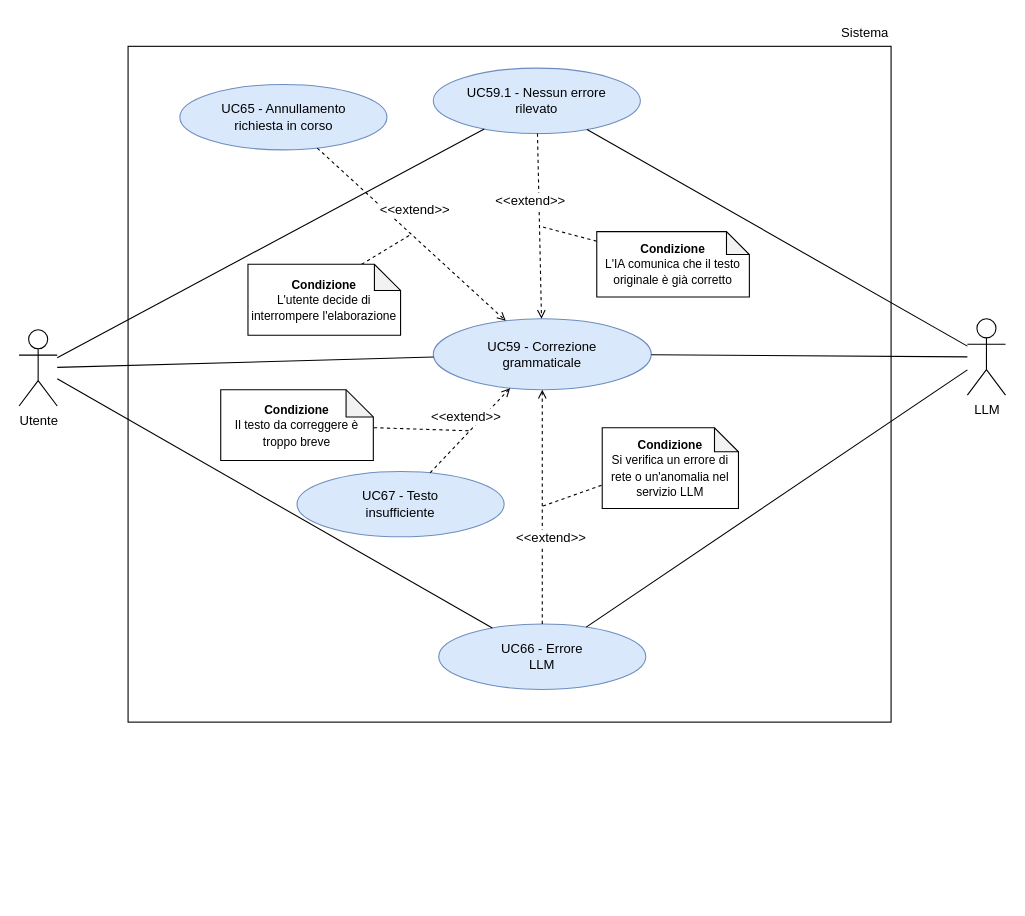
The draw.io diagram RTB/doc_esterna/analisi-dei-requisiti/assets/draw.io/UC59.drawio in thebitless-group-swe/thebitless.github.io, before the edit. Source tidied: cells renumbered, new cells numbered last; positions are measured from the earlier drawing's top-left corner, leaving out a move shared by most shapes. Both pictures are drawn from the tidied source at 109%, with x=0, y=0 at pixel (19, 19).
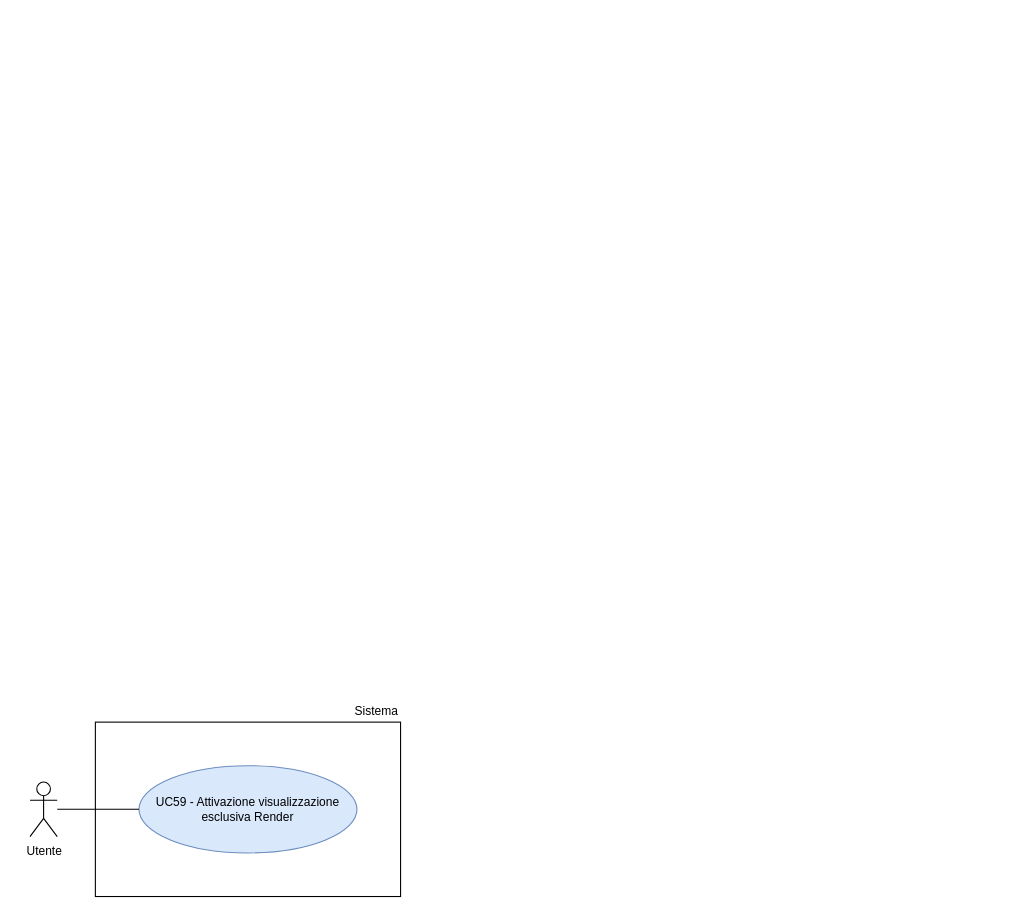
The same diagram, later.

The edit, as a diff of the source:
```diff
@@
-    <mxCell id="2" value="Utente" style="shape=umlActor;verticalLabelPosition=bottom;verticalAlign=top;html=1;outlineConnect=0;fontSize=12;" parent="1" vertex="1">
-      <mxGeometry y="285" width="35" height="70" as="geometry" />
+    <mxCell id="2" value="Utente" style="shape=umlActor;verticalLabelPosition=bottom;verticalAlign=top;html=1;outlineConnect=0;fontSize=11;" parent="1" vertex="1">
+      <mxGeometry x="10" y="700" width="25" height="50" as="geometry" />
     </mxCell>
-    <mxCell id="3" value="LLM" style="shape=umlActor;verticalLabelPosition=bottom;verticalAlign=top;html=1;outlineConnect=0;fontSize=12;" parent="1" vertex="1">
-      <mxGeometry x="870" y="275" width="35" height="70" as="geometry" />
-    </mxCell>
-    <mxCell id="4" style="rounded=0;whiteSpace=wrap;html=1;strokeWidth=1;fontSize=12;" parent="1" vertex="1">
-      <mxGeometry x="100" y="25" width="700" height="620" as="geometry" />
-    </mxCell>
+    <mxCell id="33" style="rounded=0;whiteSpace=wrap;html=1;strokeWidth=1;" parent="1" vertex="1">
+      <mxGeometry x="70" y="645" width="280" height="160" as="geometry" />
+    </mxCell>
-    <mxCell id="5" value="Sistema" style="text;html=1;whiteSpace=wrap;strokeColor=none;fillColor=none;align=right;verticalAlign=middle;fontSize=12;" parent="1" vertex="1">
-      <mxGeometry x="730" width="70" height="25" as="geometry" />
+    <mxCell id="5" value="Sistema" style="text;html=1;whiteSpace=wrap;strokeColor=none;fillColor=none;align=right;verticalAlign=middle;fontSize=11;" parent="1" vertex="1">
+      <mxGeometry x="280" y="625" width="70" height="20" as="geometry" />
     </mxCell>
-    <mxCell id="6" value="UC59 - Correzione&lt;br&gt;grammaticale" style="ellipse;whiteSpace=wrap;html=1;fillColor=#dae8fc;strokeColor=#6c8ebf;fontSize=12;" parent="1" vertex="1">
-      <mxGeometry x="380" y="275" width="200" height="65" as="geometry" />
-    </mxCell>
-    <mxCell id="7" value="UC65 - Annullamento&lt;br&gt;richiesta in corso" style="ellipse;whiteSpace=wrap;html=1;fillColor=#dae8fc;strokeColor=#6c8ebf;fontSize=12;" parent="1" vertex="1">
-      <mxGeometry x="147.5" y="60" width="190" height="60" as="geometry" />
-    </mxCell>
-    <mxCell id="8" value="UC59.1 - Nessun errore&lt;br&gt;rilevato" style="ellipse;whiteSpace=wrap;html=1;fillColor=#dae8fc;strokeColor=#6c8ebf;fontSize=12;" parent="1" vertex="1">
-      <mxGeometry x="380" y="45" width="190" height="60" as="geometry" />
-    </mxCell>
-    <mxCell id="9" value="UC67 - Testo&lt;br&gt;insufficiente" style="ellipse;whiteSpace=wrap;html=1;fillColor=#dae8fc;strokeColor=#6c8ebf;fontSize=12;" parent="1" vertex="1">
-      <mxGeometry x="255" y="415" width="190" height="60" as="geometry" />
-    </mxCell>
-    <mxCell id="10" value="UC66 - Errore&lt;br&gt;LLM" style="ellipse;whiteSpace=wrap;html=1;fillColor=#dae8fc;strokeColor=#6c8ebf;fontSize=12;" parent="1" vertex="1">
-      <mxGeometry x="385" y="555" width="190" height="60" as="geometry" />
-    </mxCell>
-    <mxCell id="11" style="edgeStyle=none;rounded=0;jettySize=auto;html=1;endArrow=none;endFill=0;fontSize=12;" parent="1" edge="1" source="2" target="6">
-      <mxGeometry relative="1" as="geometry" />
-    </mxCell>
-    <mxCell id="12" style="edgeStyle=none;rounded=0;jettySize=auto;html=1;endArrow=none;endFill=0;fontSize=12;" parent="1" edge="1" source="6" target="3">
-      <mxGeometry relative="1" as="geometry" />
-    </mxCell>
-    <mxCell id="13" style="edgeStyle=none;rounded=0;jettySize=auto;html=1;endArrow=none;endFill=0;fontSize=12;" parent="1" edge="1" source="2" target="8">
-      <mxGeometry relative="1" as="geometry" />
-    </mxCell>
-    <mxCell id="14" style="edgeStyle=none;rounded=0;jettySize=auto;html=1;endArrow=none;endFill=0;fontSize=12;" parent="1" edge="1" source="8" target="3">
-      <mxGeometry relative="1" as="geometry" />
-    </mxCell>
-    <mxCell id="15" style="edgeStyle=none;rounded=0;jettySize=auto;html=1;endArrow=none;endFill=0;fontSize=12;" parent="1" edge="1" source="2" target="10">
-      <mxGeometry relative="1" as="geometry" />
-    </mxCell>
-    <mxCell id="16" style="edgeStyle=none;rounded=0;jettySize=auto;html=1;endArrow=none;endFill=0;fontSize=12;" parent="1" edge="1" source="10" target="3">
-      <mxGeometry relative="1" as="geometry" />
-    </mxCell>
-    <mxCell id="17" style="dashed=1;endArrow=open;endFill=0;html=1;rounded=0;fontSize=12;" parent="1" edge="1" source="7" target="6">
-      <mxGeometry relative="1" as="geometry" />
-    </mxCell>
-    <mxCell id="18" value="&lt;font&gt;&amp;lt;&amp;lt;extend&amp;gt;&amp;gt;&lt;/font&gt;" style="edgeLabel;html=1;align=center;verticalAlign=middle;fontSize=12;" parent="17" vertex="1">
-      <mxGeometry x="-0.05" y="-1" relative="1" as="geometry">
-        <mxPoint x="8" y="-20" as="offset" />
-      </mxGeometry>
-    </mxCell>
-    <mxCell id="19" style="dashed=1;endArrow=open;endFill=0;html=1;rounded=0;fontSize=12;" parent="1" edge="1" source="8" target="6">
-      <mxGeometry relative="1" as="geometry" />
-    </mxCell>
-    <mxCell id="20" value="&lt;font&gt;&amp;lt;&amp;lt;extend&amp;gt;&amp;gt;&lt;/font&gt;" style="edgeLabel;html=1;align=center;verticalAlign=middle;fontSize=12;" parent="19" vertex="1">
-      <mxGeometry x="-0.05" y="-1" relative="1" as="geometry">
-        <mxPoint x="-8" y="-20" as="offset" />
-      </mxGeometry>
-    </mxCell>
-    <mxCell id="21" style="dashed=1;endArrow=open;endFill=0;html=1;rounded=0;fontSize=12;" parent="1" edge="1" source="9" target="6">
-      <mxGeometry relative="1" as="geometry" />
-    </mxCell>
-    <mxCell id="22" value="&lt;font&gt;&amp;lt;&amp;lt;extend&amp;gt;&amp;gt;&lt;/font&gt;" style="edgeLabel;html=1;align=center;verticalAlign=middle;fontSize=12;" parent="21" vertex="1">
-      <mxGeometry x="-0.05" y="1" relative="1" as="geometry">
-        <mxPoint x="-2" y="-14" as="offset" />
-      </mxGeometry>
-    </mxCell>
-    <mxCell id="23" style="dashed=1;endArrow=open;endFill=0;html=1;rounded=0;fontSize=12;" parent="1" edge="1" source="10" target="6">
-      <mxGeometry relative="1" as="geometry" />
-    </mxCell>
-    <mxCell id="24" value="&lt;font&gt;&amp;lt;&amp;lt;extend&amp;gt;&amp;gt;&lt;/font&gt;" style="edgeLabel;html=1;align=center;verticalAlign=middle;fontSize=12;" parent="23" vertex="1">
-      <mxGeometry x="-0.05" y="1" relative="1" as="geometry">
-        <mxPoint x="8" y="22" as="offset" />
-      </mxGeometry>
-    </mxCell>
-    <mxCell id="25" style="dashed=1;endArrow=none;html=1;rounded=0;strokeWidth=1;fontSize=12;" parent="1" edge="1" target="17">
-      <mxGeometry relative="1" as="geometry">
-        <mxPoint x="314.2" y="225" as="sourcePoint" />
-      </mxGeometry>
-    </mxCell>
-    <mxCell id="26" style="dashed=1;endArrow=none;html=1;rounded=0;strokeWidth=1;fontSize=12;" parent="1" edge="1" target="19">
-      <mxGeometry relative="1" as="geometry">
-        <mxPoint x="530" y="203.8" as="sourcePoint" />
-      </mxGeometry>
-    </mxCell>
-    <mxCell id="27" style="dashed=1;endArrow=none;html=1;rounded=0;strokeWidth=1;fontSize=12;" parent="1" edge="1" target="21">
-      <mxGeometry relative="1" as="geometry">
-        <mxPoint x="307.5" y="374.3" as="sourcePoint" />
-      </mxGeometry>
-    </mxCell>
-    <mxCell id="28" style="dashed=1;endArrow=none;html=1;rounded=0;strokeWidth=1;fontSize=12;" parent="1" edge="1" target="23">
-      <mxGeometry relative="1" as="geometry">
-        <mxPoint x="540" y="425.7" as="sourcePoint" />
-      </mxGeometry>
-    </mxCell>
-    <mxCell id="29" value="&lt;b style=&quot;font-size: 11px;&quot;&gt;Condizione&lt;/b&gt;&lt;br style=&quot;font-size: 11px;&quot;&gt;&lt;span style=&quot;font-size: 11px;&quot;&gt;Il testo da correggere è troppo breve&lt;/span&gt;" style="shape=note;whiteSpace=wrap;html=1;backgroundOutline=1;darkOpacity=0.05;size=25;" parent="1" vertex="1">
-      <mxGeometry x="185" y="340" width="140" height="65" as="geometry" />
-    </mxCell>
-    <mxCell id="30" value="&lt;span style=&quot;font-size: 11px;&quot;&gt;&lt;b&gt;Condizione&lt;/b&gt;&lt;/span&gt;&lt;div&gt;&lt;span style=&quot;font-size: 11px;&quot;&gt;L'utente decide di interrompere l'elaborazione&lt;/span&gt;&lt;/div&gt;" style="shape=note;whiteSpace=wrap;html=1;backgroundOutline=1;darkOpacity=0.05;size=24;" parent="1" vertex="1">
-      <mxGeometry x="210" y="225" width="140" height="65" as="geometry" />
-    </mxCell>
-    <mxCell id="31" value="&lt;b style=&quot;font-size: 11px;&quot;&gt;Condizione&lt;/b&gt;&lt;br style=&quot;font-size: 11px;&quot;&gt;&lt;span style=&quot;font-size: 11px;&quot;&gt;L'IA comunica che il testo originale è già corretto&lt;/span&gt;" style="shape=note;whiteSpace=wrap;html=1;backgroundOutline=1;darkOpacity=0.05;size=21;" parent="1" vertex="1">
-      <mxGeometry x="530" y="195" width="140" height="60" as="geometry" />
-    </mxCell>
-    <mxCell id="32" value="&lt;b style=&quot;font-size: 11px;&quot;&gt;Condizione&lt;/b&gt;&lt;br style=&quot;font-size: 11px;&quot;&gt;&lt;span style=&quot;font-size: 11px;&quot;&gt;Si verifica un errore di rete o un'anomalia nel servizio LLM&lt;/span&gt;" style="shape=note;whiteSpace=wrap;html=1;backgroundOutline=1;darkOpacity=0.05;size=22;" parent="1" vertex="1">
-      <mxGeometry x="535" y="375" width="125" height="74" as="geometry" />
-    </mxCell>
+    <mxCell id="34" value="UC59 - Attivazione visualizzazione esclusiva Render" style="ellipse;whiteSpace=wrap;html=1;fillColor=#dae8fc;strokeColor=#6c8ebf;fontSize=11;" parent="1" vertex="1">
+      <mxGeometry x="110" y="685" width="200" height="80" as="geometry" />
+    </mxCell>
+    <mxCell id="35" style="edgeStyle=none;rounded=0;jettySize=auto;html=1;endArrow=none;endFill=0;" parent="1" edge="1" source="2" target="34">
+      <mxGeometry relative="1" as="geometry" />
+    </mxCell>
```
